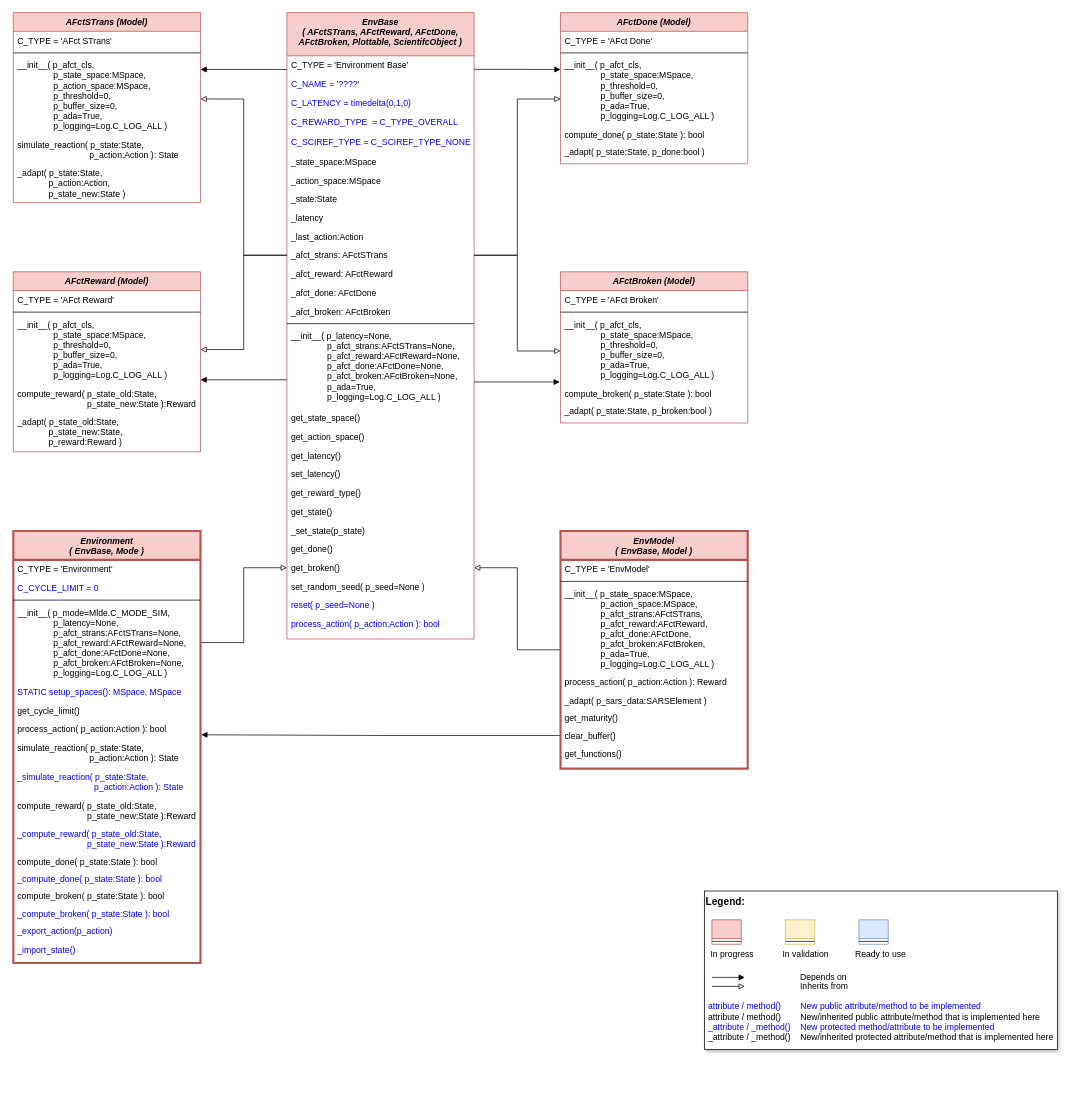
The draw.io diagram doc/rtd/content/append2/core/images/rl/02_environments/MLPro-RL-Env_class_diagram.drawio in fhswf/MLPro, before the edit. Source tidied: cells renumbered, new cells numbered last; positions are measured from the earlier drawing's top-left corner, leaving out a move shared by most shapes. Both pictures are drawn from the tidied source at 72%, with x=0, y=0 at pixel (13, 12).
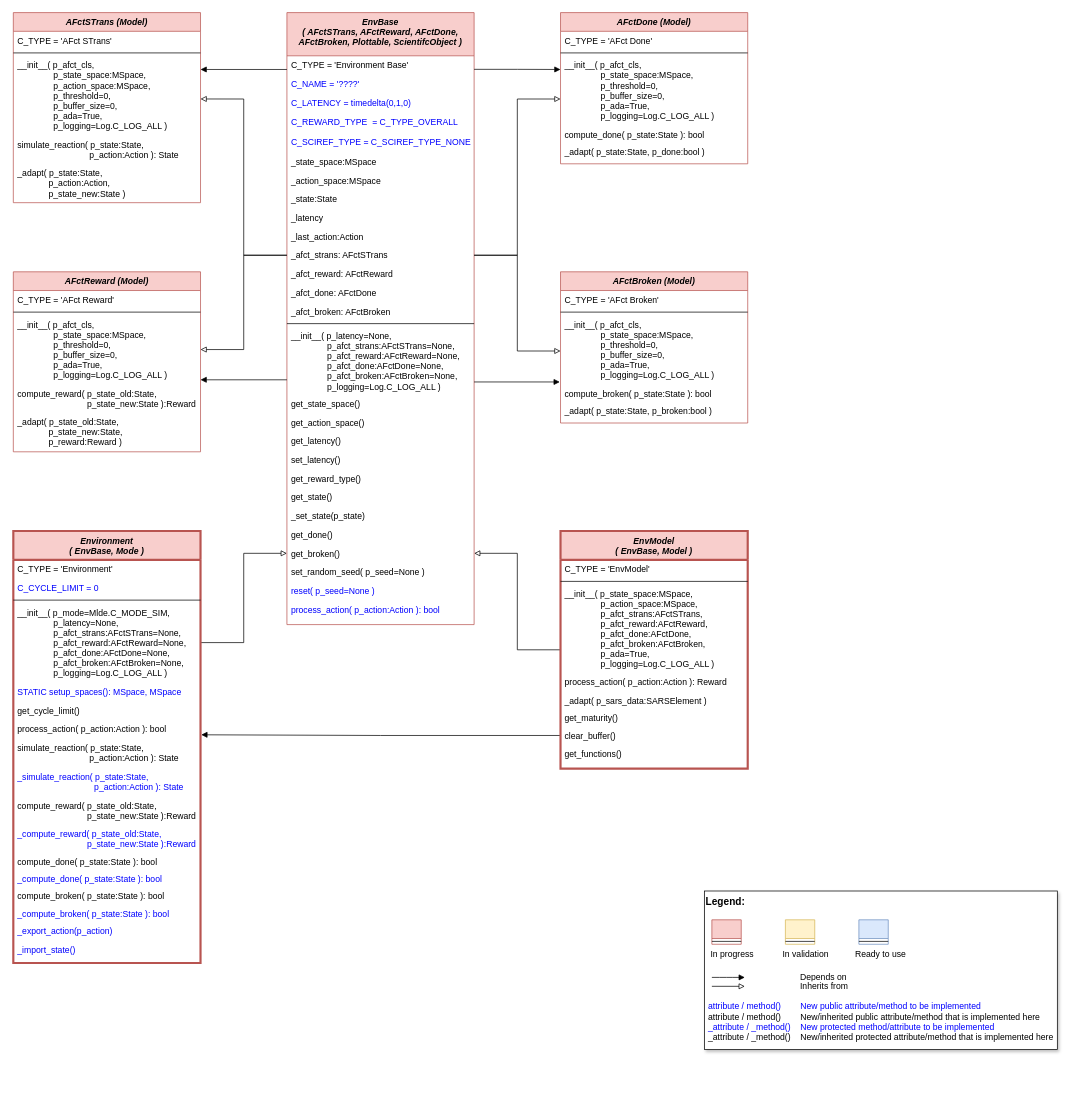
After the change.

What changed in the source:
```diff
@@
     <mxCell id="32" value="EnvBase &#10;( AFctSTrans, AFctReward, AFctDone, &#10;AFctBroken, Plottable, ScientifcObject )" style="swimlane;fontStyle=3;align=center;verticalAlign=top;horizontal=1;startSize=60;rounded=0;shadow=0;strokeWidth=1;fillColor=#f8cecc;strokeColor=#b85450;" parent="1" vertex="1">
-      <mxGeometry x="380" width="260" height="870" as="geometry" />
+      <mxGeometry x="380" width="260" height="850" as="geometry" />
     </mxCell>
@@
-    <mxCell id="48" value="__init__( p_latency=None, &#10;               p_afct_strans:AFctSTrans=None,&#10;               p_afct_reward:AFctReward=None,&#10;               p_afct_done:AFctDone=None,&#10;               p_afct_broken:AFctBroken=None,&#10;               p_ada=True, &#10;               p_logging=Log.C_LOG_ALL )" style="text;align=left;verticalAlign=top;spacingLeft=4;spacingRight=4;overflow=hidden;" parent="32" vertex="1">
-      <mxGeometry y="436" width="260" height="114" as="geometry" />
+    <mxCell id="48" value="__init__( p_latency=None, &#10;               p_afct_strans:AFctSTrans=None,&#10;               p_afct_reward:AFctReward=None,&#10;               p_afct_done:AFctDone=None,&#10;               p_afct_broken:AFctBroken=None,&#10;               p_logging=Log.C_LOG_ALL )" style="text;align=left;verticalAlign=top;spacingLeft=4;spacingRight=4;overflow=hidden;" parent="32" vertex="1">
+      <mxGeometry y="436" width="260" height="94" as="geometry" />
     </mxCell>
     <mxCell id="49" value="get_state_space()" style="text;align=left;verticalAlign=top;spacingLeft=4;spacingRight=4;overflow=hidden;" parent="32" vertex="1">
-      <mxGeometry y="550" width="260" height="26" as="geometry" />
+      <mxGeometry y="530" width="260" height="26" as="geometry" />
     </mxCell>
     <mxCell id="50" value="get_action_space()" style="text;align=left;verticalAlign=top;spacingLeft=4;spacingRight=4;overflow=hidden;" parent="32" vertex="1">
-      <mxGeometry y="576" width="260" height="26" as="geometry" />
+      <mxGeometry y="556" width="260" height="26" as="geometry" />
     </mxCell>
     <mxCell id="51" value="get_latency()" style="text;align=left;verticalAlign=top;spacingLeft=4;spacingRight=4;overflow=hidden;" parent="32" vertex="1">
-      <mxGeometry y="602" width="260" height="26" as="geometry" />
+      <mxGeometry y="582" width="260" height="26" as="geometry" />
     </mxCell>
     <mxCell id="52" value="set_latency()" style="text;align=left;verticalAlign=top;spacingLeft=4;spacingRight=4;overflow=hidden;" parent="32" vertex="1">
-      <mxGeometry y="628" width="260" height="26" as="geometry" />
+      <mxGeometry y="608" width="260" height="26" as="geometry" />
     </mxCell>
     <mxCell id="53" value="get_reward_type()" style="text;align=left;verticalAlign=top;spacingLeft=4;spacingRight=4;overflow=hidden;" parent="32" vertex="1">
-      <mxGeometry y="654" width="260" height="26" as="geometry" />
+      <mxGeometry y="634" width="260" height="26" as="geometry" />
     </mxCell>
     <mxCell id="54" value="get_state()" style="text;align=left;verticalAlign=top;spacingLeft=4;spacingRight=4;overflow=hidden;" parent="32" vertex="1">
-      <mxGeometry y="680" width="260" height="26" as="geometry" />
+      <mxGeometry y="660" width="260" height="26" as="geometry" />
     </mxCell>
     <mxCell id="55" value="_set_state(p_state)" style="text;align=left;verticalAlign=top;spacingLeft=4;spacingRight=4;overflow=hidden;" parent="32" vertex="1">
-      <mxGeometry y="706" width="260" height="26" as="geometry" />
+      <mxGeometry y="686" width="260" height="26" as="geometry" />
     </mxCell>
     <mxCell id="56" value="get_done()" style="text;align=left;verticalAlign=top;spacingLeft=4;spacingRight=4;overflow=hidden;" parent="32" vertex="1">
-      <mxGeometry y="732" width="260" height="26" as="geometry" />
+      <mxGeometry y="712" width="260" height="26" as="geometry" />
     </mxCell>
     <mxCell id="57" value="get_broken()" style="text;align=left;verticalAlign=top;spacingLeft=4;spacingRight=4;overflow=hidden;points=[[0,0.5],[1,0.5]];portConstraint=eastwest;" parent="32" vertex="1">
-      <mxGeometry y="758" width="260" height="26" as="geometry" />
+      <mxGeometry y="738" width="260" height="26" as="geometry" />
     </mxCell>
     <mxCell id="58" value="set_random_seed( p_seed=None )" style="text;align=left;verticalAlign=top;spacingLeft=4;spacingRight=4;overflow=hidden;" parent="32" vertex="1">
-      <mxGeometry y="784" width="260" height="26" as="geometry" />
+      <mxGeometry y="764" width="260" height="26" as="geometry" />
     </mxCell>
     <mxCell id="59" value="reset( p_seed=None )" style="text;align=left;verticalAlign=top;spacingLeft=4;spacingRight=4;overflow=hidden;fontColor=#0000FF;" parent="32" vertex="1">
-      <mxGeometry y="810" width="260" height="26" as="geometry" />
+      <mxGeometry y="790" width="260" height="26" as="geometry" />
     </mxCell>
     <mxCell id="60" value="process_action( p_action:Action ): bool" style="text;align=left;verticalAlign=top;spacingLeft=4;spacingRight=4;overflow=hidden;fontColor=#0000FF;" parent="32" vertex="1">
-      <mxGeometry y="836" width="260" height="26" as="geometry" />
+      <mxGeometry y="816" width="260" height="26" as="geometry" />
     </mxCell>
```
